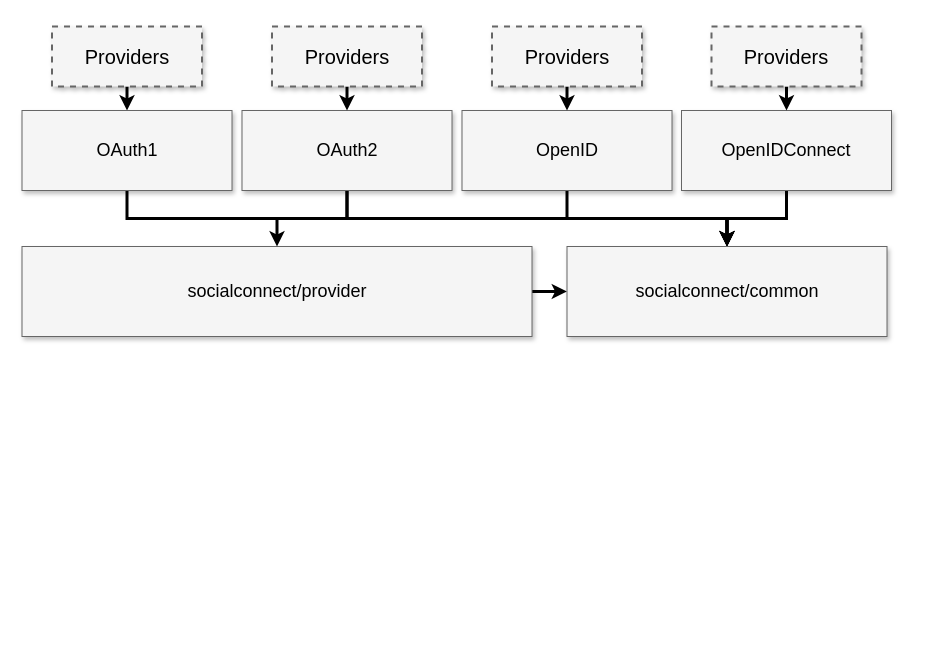
This is docs/diagrams/packages-architecture.drawio from SocialConnect/auth, a draw.io file, before an edit. Source tidied: cells renumbered, new cells numbered last; positions are measured from the earlier drawing's top-left corner, leaving out a move shared by most shapes. Both pictures are drawn from the tidied source at 100%, with x=0, y=0 at pixel (21, 26).
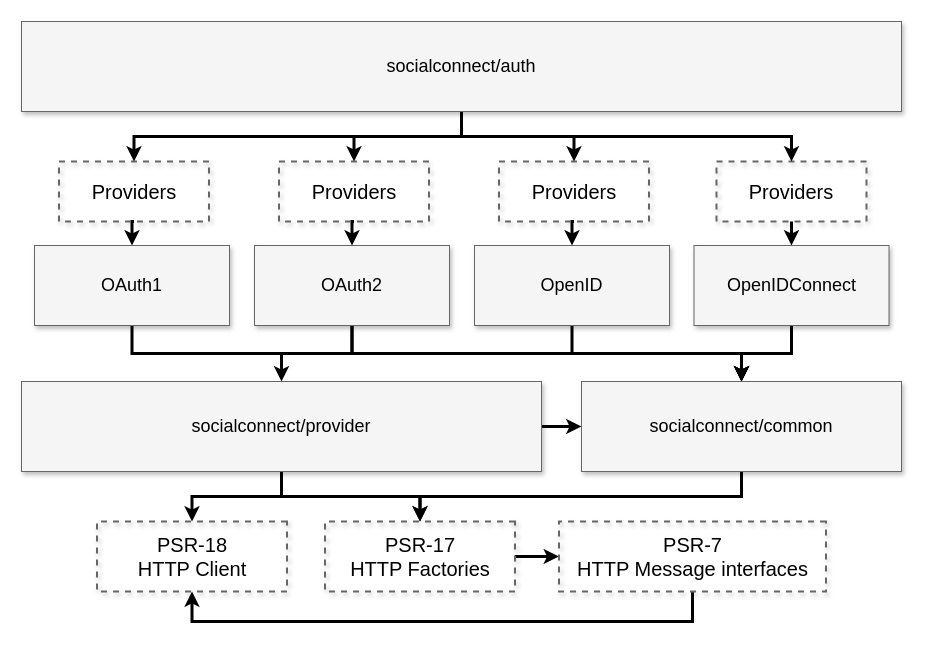
The same page after the edit.

Commit message (it also covers changes not shown here):
[Docs] Feature: Rework packages-architecture diagram

What changed in the source:
```diff
@@
-    <mxCell id="3" value="Providers&lt;br&gt;" style="whiteSpace=wrap;html=1;shadow=1;fontSize=20;fillColor=#f5f5f5;strokeColor=#666666;strokeWidth=2;dashed=1;" parent="1" vertex="1">
-      <mxGeometry x="30.5" width="150" height="60" as="geometry" />
+    <mxCell id="3" value="Providers&lt;br&gt;" style="whiteSpace=wrap;html=1;shadow=1;fontSize=20;fillColor=none;strokeColor=#666666;strokeWidth=2;dashed=1;flipH=1;" parent="1" vertex="1">
+      <mxGeometry x="37.5" y="135" width="150" height="60" as="geometry" />
     </mxCell>
-    <mxCell id="4" style="edgeStyle=orthogonalEdgeStyle;rounded=0;jettySize=auto;html=1;entryX=0;entryY=0.5;entryDx=0;entryDy=0;strokeWidth=3;" parent="1" edge="1" source="5" target="15">
+    <mxCell id="4" style="edgeStyle=orthogonalEdgeStyle;rounded=0;jettySize=auto;html=1;strokeWidth=3;" parent="1" edge="1" source="5" target="15">
       <mxGeometry relative="1" as="geometry" />
     </mxCell>
+    <mxCell id="22" style="edgeStyle=orthogonalEdgeStyle;rounded=0;jettySize=auto;html=1;exitX=0.5;exitY=1;exitDx=0;exitDy=0;strokeWidth=3;" parent="1" edge="1" source="5" target="32">
+      <mxGeometry relative="1" as="geometry" />
+    </mxCell>
+    <mxCell id="23" style="edgeStyle=orthogonalEdgeStyle;rounded=0;jettySize=auto;html=1;exitX=0.5;exitY=1;exitDx=0;exitDy=0;strokeWidth=3;" parent="1" edge="1" source="5" target="30">
+      <mxGeometry relative="1" as="geometry" />
+    </mxCell>
     <mxCell id="5" value="socialconnect/provider" style="whiteSpace=wrap;html=1;shadow=1;fontSize=18;fillColor=#f5f5f5;strokeColor=#666666;rotation=0;" parent="1" vertex="1">
-      <mxGeometry x="0.5" y="220" width="510" height="90" as="geometry" />
+      <mxGeometry y="355" width="520" height="90" as="geometry" />
     </mxCell>
-    <mxCell id="6" style="edgeStyle=orthogonalEdgeStyle;rounded=0;jettySize=auto;html=1;exitX=0.5;exitY=1;exitDx=0;exitDy=0;entryX=0.5;entryY=0;entryDx=0;entryDy=0;strokeWidth=3;" parent="1" edge="1" source="7" target="15">
+    <mxCell id="6" style="edgeStyle=orthogonalEdgeStyle;rounded=0;jettySize=auto;html=1;exitX=0.5;exitY=1;exitDx=0;exitDy=0;strokeWidth=3;" parent="1" edge="1" source="7" target="15">
       <mxGeometry relative="1" as="geometry" />
     </mxCell>
-    <mxCell id="7" value="OAuth1" style="whiteSpace=wrap;html=1;shadow=1;fontSize=18;fillColor=#f5f5f5;strokeColor=#666666;" parent="1" vertex="1">
-      <mxGeometry x="0.5" y="84" width="210" height="80" as="geometry" />
+    <mxCell id="7" value="OAuth1" style="whiteSpace=wrap;html=1;shadow=1;fontSize=18;fillColor=#f5f5f5;strokeColor=#666666;flipH=1;" parent="1" vertex="1">
+      <mxGeometry x="13" y="219" width="195" height="80" as="geometry" />
     </mxCell>
+    <mxCell id="9" style="edgeStyle=orthogonalEdgeStyle;rounded=0;jettySize=auto;html=1;exitX=0.5;exitY=1;exitDx=0;exitDy=0;entryX=0.5;entryY=0;entryDx=0;entryDy=0;strokeWidth=3;" parent="1" edge="1" source="10" target="5">
+      <mxGeometry relative="1" as="geometry" />
+    </mxCell>
-    <mxCell id="8" style="edgeStyle=orthogonalEdgeStyle;rounded=0;jettySize=auto;html=1;exitX=0.5;exitY=1;exitDx=0;exitDy=0;entryX=0.5;entryY=0;entryDx=0;entryDy=0;strokeWidth=3;" parent="1" edge="1" source="10" target="15">
+    <mxCell id="8" style="edgeStyle=orthogonalEdgeStyle;rounded=0;jettySize=auto;html=1;exitX=0.5;exitY=1;exitDx=0;exitDy=0;strokeWidth=3;" parent="1" edge="1" source="10" target="15">
       <mxGeometry relative="1" as="geometry" />
     </mxCell>
-    <mxCell id="9" style="edgeStyle=orthogonalEdgeStyle;rounded=0;jettySize=auto;html=1;exitX=0.5;exitY=1;exitDx=0;exitDy=0;entryX=0.5;entryY=0;entryDx=0;entryDy=0;strokeWidth=3;" parent="1" edge="1" source="10" target="5">
-      <mxGeometry relative="1" as="geometry" />
-    </mxCell>
-    <mxCell id="10" value="OAuth2" style="whiteSpace=wrap;html=1;shadow=1;fontSize=18;fillColor=#f5f5f5;strokeColor=#666666;" parent="1" vertex="1">
-      <mxGeometry x="220.5" y="84" width="210" height="80" as="geometry" />
+    <mxCell id="10" value="OAuth2" style="whiteSpace=wrap;html=1;shadow=1;fontSize=18;fillColor=#f5f5f5;strokeColor=#666666;flipH=1;" parent="1" vertex="1">
+      <mxGeometry x="233" y="219" width="195" height="80" as="geometry" />
     </mxCell>
-    <mxCell id="11" style="edgeStyle=orthogonalEdgeStyle;rounded=0;jettySize=auto;html=1;exitX=0.5;exitY=1;exitDx=0;exitDy=0;entryX=0.5;entryY=0;entryDx=0;entryDy=0;strokeWidth=3;" parent="1" edge="1" source="12" target="15">
+    <mxCell id="11" style="edgeStyle=orthogonalEdgeStyle;rounded=0;jettySize=auto;html=1;exitX=0.5;exitY=1;exitDx=0;exitDy=0;strokeWidth=3;" parent="1" edge="1" source="12" target="15">
       <mxGeometry relative="1" as="geometry" />
     </mxCell>
-    <mxCell id="12" value="OpenID" style="whiteSpace=wrap;html=1;shadow=1;fontSize=18;fillColor=#f5f5f5;strokeColor=#666666;" parent="1" vertex="1">
-      <mxGeometry x="440.5" y="84" width="210" height="80" as="geometry" />
+    <mxCell id="12" value="OpenID" style="whiteSpace=wrap;html=1;shadow=1;fontSize=18;fillColor=#f5f5f5;strokeColor=#666666;flipH=1;" parent="1" vertex="1">
+      <mxGeometry x="453" y="219" width="195" height="80" as="geometry" />
     </mxCell>
@@
-    <mxCell id="14" value="OpenIDConnect" style="whiteSpace=wrap;html=1;shadow=1;fontSize=18;fillColor=#f5f5f5;strokeColor=#666666;" parent="1" vertex="1">
-      <mxGeometry x="660" y="84" width="210" height="80" as="geometry" />
+    <mxCell id="14" value="OpenIDConnect" style="whiteSpace=wrap;html=1;shadow=1;fontSize=18;fillColor=#f5f5f5;strokeColor=#666666;flipH=1;" parent="1" vertex="1">
+      <mxGeometry x="672.5" y="219" width="195" height="80" as="geometry" />
     </mxCell>
+    <mxCell id="24" style="edgeStyle=orthogonalEdgeStyle;rounded=0;jettySize=auto;html=1;exitX=0.5;exitY=1;exitDx=0;exitDy=0;strokeWidth=3;" parent="1" edge="1" source="15" target="32">
+      <mxGeometry relative="1" as="geometry" />
+    </mxCell>
     <mxCell id="15" value="socialconnect/common" style="whiteSpace=wrap;html=1;shadow=1;fontSize=18;fillColor=#f5f5f5;strokeColor=#666666;rotation=0;" parent="1" vertex="1">
-      <mxGeometry x="545.5" y="220" width="320" height="90" as="geometry" />
+      <mxGeometry x="560" y="355" width="320" height="90" as="geometry" />
     </mxCell>
@@
-    <mxCell id="17" value="Providers&lt;br&gt;" style="whiteSpace=wrap;html=1;shadow=1;fontSize=20;fillColor=#f5f5f5;strokeColor=#666666;strokeWidth=2;dashed=1;" parent="1" vertex="1">
-      <mxGeometry x="250.5" width="150" height="60" as="geometry" />
+    <mxCell id="17" value="Providers&lt;br&gt;" style="whiteSpace=wrap;html=1;shadow=1;fontSize=20;fillColor=none;strokeColor=#666666;strokeWidth=2;dashed=1;flipH=1;" parent="1" vertex="1">
+      <mxGeometry x="257.5" y="135" width="150" height="60" as="geometry" />
     </mxCell>
@@
-    <mxCell id="19" value="Providers&lt;br&gt;" style="whiteSpace=wrap;html=1;shadow=1;fontSize=20;fillColor=#f5f5f5;strokeColor=#666666;strokeWidth=2;dashed=1;" parent="1" vertex="1">
-      <mxGeometry x="470.5" width="150" height="60" as="geometry" />
+    <mxCell id="19" value="Providers&lt;br&gt;" style="whiteSpace=wrap;html=1;shadow=1;fontSize=20;fillColor=none;strokeColor=#666666;strokeWidth=2;dashed=1;flipH=1;" parent="1" vertex="1">
+      <mxGeometry x="477.5" y="135" width="150" height="60" as="geometry" />
     </mxCell>
@@
-    <mxCell id="21" value="Providers&lt;br&gt;" style="whiteSpace=wrap;html=1;shadow=1;fontSize=20;fillColor=#f5f5f5;strokeColor=#666666;strokeWidth=2;dashed=1;" parent="1" vertex="1">
-      <mxGeometry x="690" width="150" height="60" as="geometry" />
+    <mxCell id="21" value="Providers&lt;br&gt;" style="whiteSpace=wrap;html=1;shadow=1;fontSize=20;fillColor=none;strokeColor=#666666;strokeWidth=2;dashed=1;flipH=1;" parent="1" vertex="1">
+      <mxGeometry x="695" y="135" width="150" height="60" as="geometry" />
     </mxCell>
+    <mxCell id="25" style="edgeStyle=orthogonalEdgeStyle;rounded=0;jettySize=auto;html=1;exitX=0.5;exitY=1;exitDx=0;exitDy=0;strokeWidth=3;entryX=0.5;entryY=0;entryDx=0;entryDy=0;" parent="1" edge="1" source="29" target="17">
+      <mxGeometry relative="1" as="geometry" />
+    </mxCell>
+    <mxCell id="26" style="edgeStyle=orthogonalEdgeStyle;rounded=0;jettySize=auto;html=1;exitX=0.5;exitY=1;exitDx=0;exitDy=0;entryX=0.5;entryY=0;entryDx=0;entryDy=0;strokeWidth=3;" parent="1" edge="1" source="29" target="19">
+      <mxGeometry relative="1" as="geometry" />
+    </mxCell>
+    <mxCell id="27" style="edgeStyle=orthogonalEdgeStyle;rounded=0;jettySize=auto;html=1;exitX=0.5;exitY=1;exitDx=0;exitDy=0;entryX=0.5;entryY=0;entryDx=0;entryDy=0;strokeWidth=3;" parent="1" edge="1" source="29" target="21">
+      <mxGeometry relative="1" as="geometry" />
+    </mxCell>
+    <mxCell id="28" style="edgeStyle=orthogonalEdgeStyle;rounded=0;jettySize=auto;html=1;exitX=0.5;exitY=1;exitDx=0;exitDy=0;strokeWidth=3;" parent="1" edge="1" source="29" target="3">
+      <mxGeometry relative="1" as="geometry" />
+    </mxCell>
+    <mxCell id="29" value="socialconnect/auth" style="whiteSpace=wrap;html=1;shadow=1;fontSize=18;fillColor=#f5f5f5;strokeColor=#666666;rotation=0;" parent="1" vertex="1">
+      <mxGeometry y="-5" width="880" height="90" as="geometry" />
+    </mxCell>
+    <mxCell id="30" value="PSR-18&lt;br&gt;HTTP Client&lt;br&gt;" style="whiteSpace=wrap;html=1;shadow=1;fontSize=20;fillColor=none;strokeColor=#666666;strokeWidth=2;dashed=1;flipH=1;" parent="1" vertex="1">
+      <mxGeometry x="75.5" y="495" width="190" height="70" as="geometry" />
+    </mxCell>
+    <mxCell id="31" style="edgeStyle=orthogonalEdgeStyle;rounded=0;jettySize=auto;html=1;exitX=1;exitY=0.5;exitDx=0;exitDy=0;entryX=0;entryY=0.5;entryDx=0;entryDy=0;strokeWidth=3;" parent="1" edge="1" source="32" target="34">
+      <mxGeometry relative="1" as="geometry" />
+    </mxCell>
+    <mxCell id="32" value="PSR-17&lt;br&gt;HTTP Factories&lt;br&gt;" style="whiteSpace=wrap;html=1;shadow=1;fontSize=20;fillColor=none;strokeColor=#666666;strokeWidth=2;dashed=1;flipH=1;" parent="1" vertex="1">
+      <mxGeometry x="303.5" y="495" width="190" height="70" as="geometry" />
+    </mxCell>
+    <mxCell id="33" style="edgeStyle=orthogonalEdgeStyle;rounded=0;jettySize=auto;html=1;exitX=0.5;exitY=1;exitDx=0;exitDy=0;entryX=0.5;entryY=1;entryDx=0;entryDy=0;strokeWidth=3;" parent="1" edge="1" source="34" target="30">
+      <mxGeometry relative="1" as="geometry">
+        <Array as="points">
+          <mxPoint x="671" y="595" />
+          <mxPoint x="171" y="595" />
+        </Array>
+      </mxGeometry>
+    </mxCell>
+    <mxCell id="34" value="PSR-7&lt;br&gt;HTTP Message interfaces&lt;br&gt;" style="whiteSpace=wrap;html=1;shadow=1;fontSize=20;fillColor=none;strokeColor=#666666;strokeWidth=2;dashed=1;flipH=1;" parent="1" vertex="1">
+      <mxGeometry x="537.5" y="495" width="267" height="70" as="geometry" />
+    </mxCell>
```
